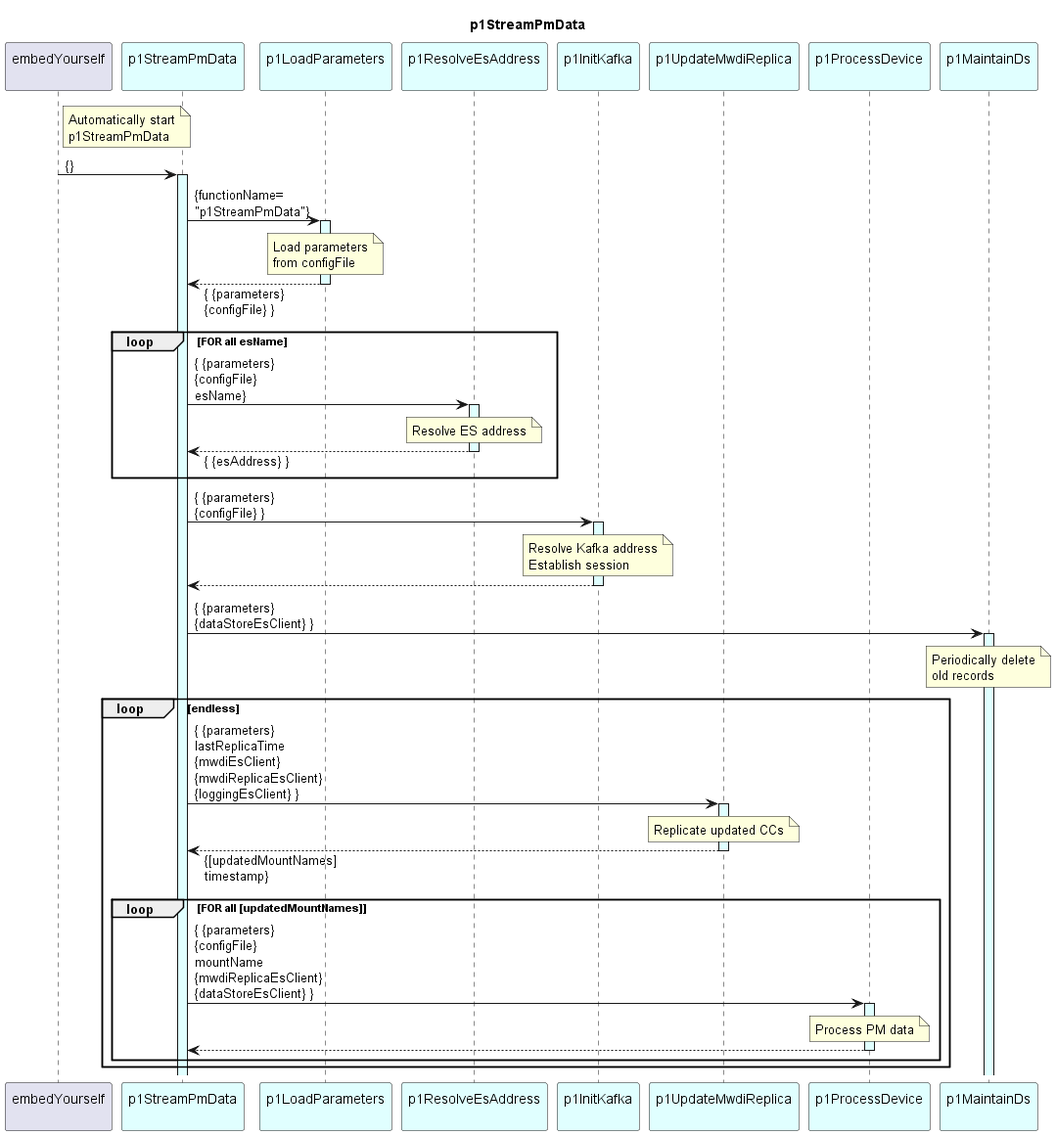
openBackhaul/DevicePerformanceManagementDataProcessor keeps this PlantUML diagram as spec/Functions/p1StreamPmData/1.0.0/p1StreamPmData.png. Above is the earlier version.
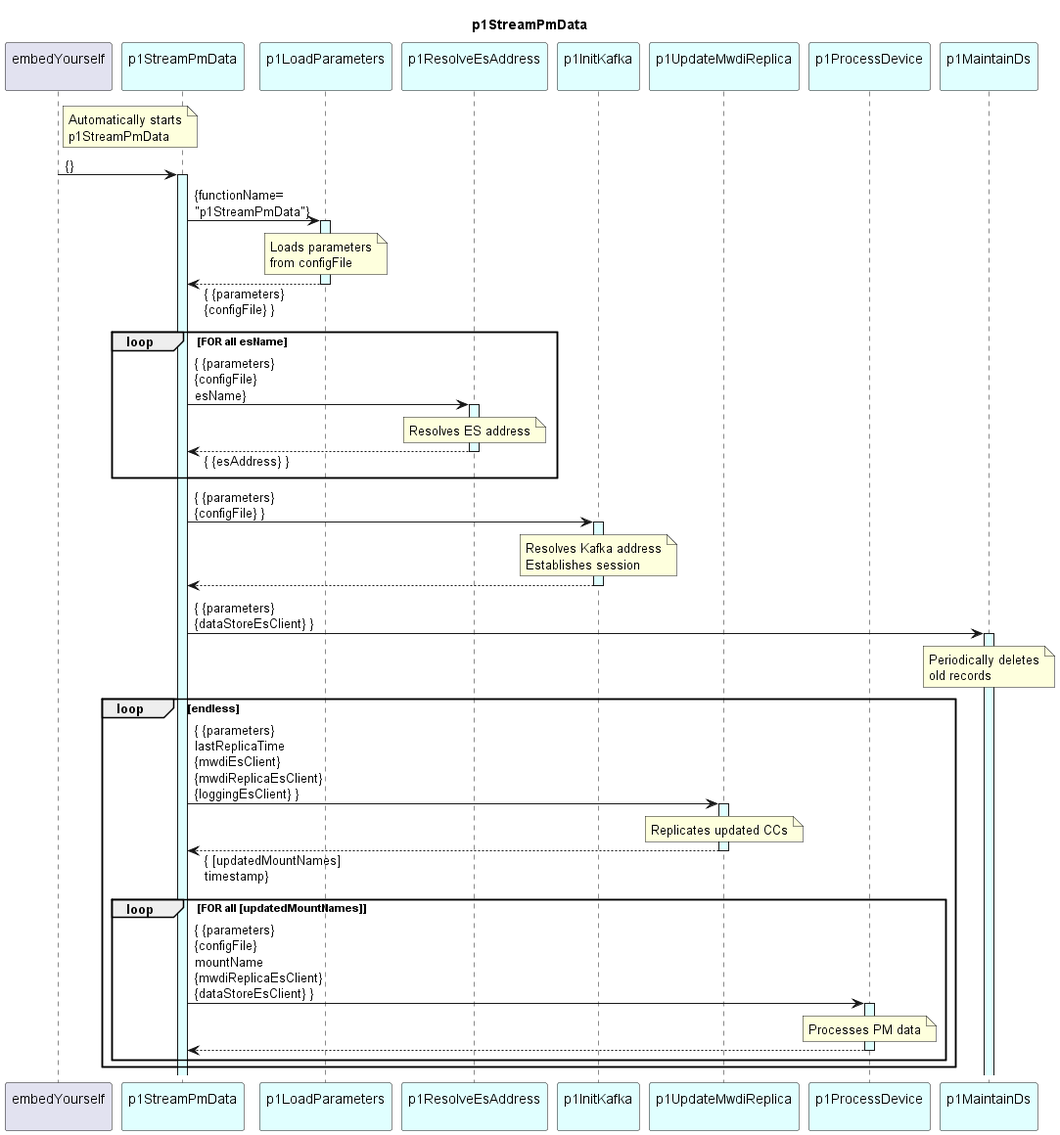
After the change.

Change to the diagram source:
```diff
@@ -15,7 +15,7 @@
 participant "p1MaintainDs\n" as p1MDS #LightCyan
 
 note right embed
-  Automatically start
+  Automatically starts
   p1StreamPmData
 end note
 embed -> p1RMWDI : {}
@@ -24,7 +24,7 @@
   p1RMWDI -> p1LP : {functionName=\n"p1StreamPmData"}
   activate p1LP #LightCyan
     note over p1LP
-      Load parameters
+      Loads parameters
       from configFile
     end note
   p1RMWDI <-- p1LP : { {parameters}\n{configFile} }
@@ -34,7 +34,7 @@
     p1RMWDI -> p1REA : { {parameters}\n{configFile}\nesName}
     activate p1REA #LightCyan
       note over p1REA
-        Resolve ES address
+        Resolves ES address
       end note
     p1RMWDI <-- p1REA : { {esAddress} }
     deactivate p1REA
@@ -44,8 +44,8 @@
     activate p1InitKafka #LightCyan
 
       note over p1InitKafka
-        Resolve Kafka address
-        Establish session
+        Resolves Kafka address
+        Establishes session
       end note
 
     p1RMWDI <-- p1InitKafka
@@ -54,7 +54,7 @@
   p1RMWDI -> p1MDS : { {parameters}\n{dataStoreEsClient} }
   activate p1MDS #LightCyan
     note over p1MDS
-      Periodically delete
+      Periodically deletes
       old records
     end note
 
@@ -63,16 +63,16 @@
     p1RMWDI -> p1UMR : { {parameters}\nlastReplicaTime\n{mwdiEsClient}\n{mwdiReplicaEsClient}\n{loggingEsClient} }
     activate p1UMR #LightCyan
       note over p1UMR
-        Replicate updated CCs
+        Replicates updated CCs
       end note
-    p1RMWDI <-- p1UMR : {[updatedMountNames]\ntimestamp}
+    p1RMWDI <-- p1UMR : { [updatedMountNames]\ntimestamp}
     deactivate p1UMR
 
     loop FOR all [updatedMountNames]
       p1RMWDI -> p1ProcessPm : { {parameters}\n{configFile}\nmountName\n{mwdiReplicaEsClient}\n{dataStoreEsClient} }
       activate p1ProcessPm #LightCyan
         note over p1ProcessPm
-          Process PM data
+          Processes PM data
         end note
       p1RMWDI <-- p1ProcessPm
       deactivate p1ProcessPm
```
